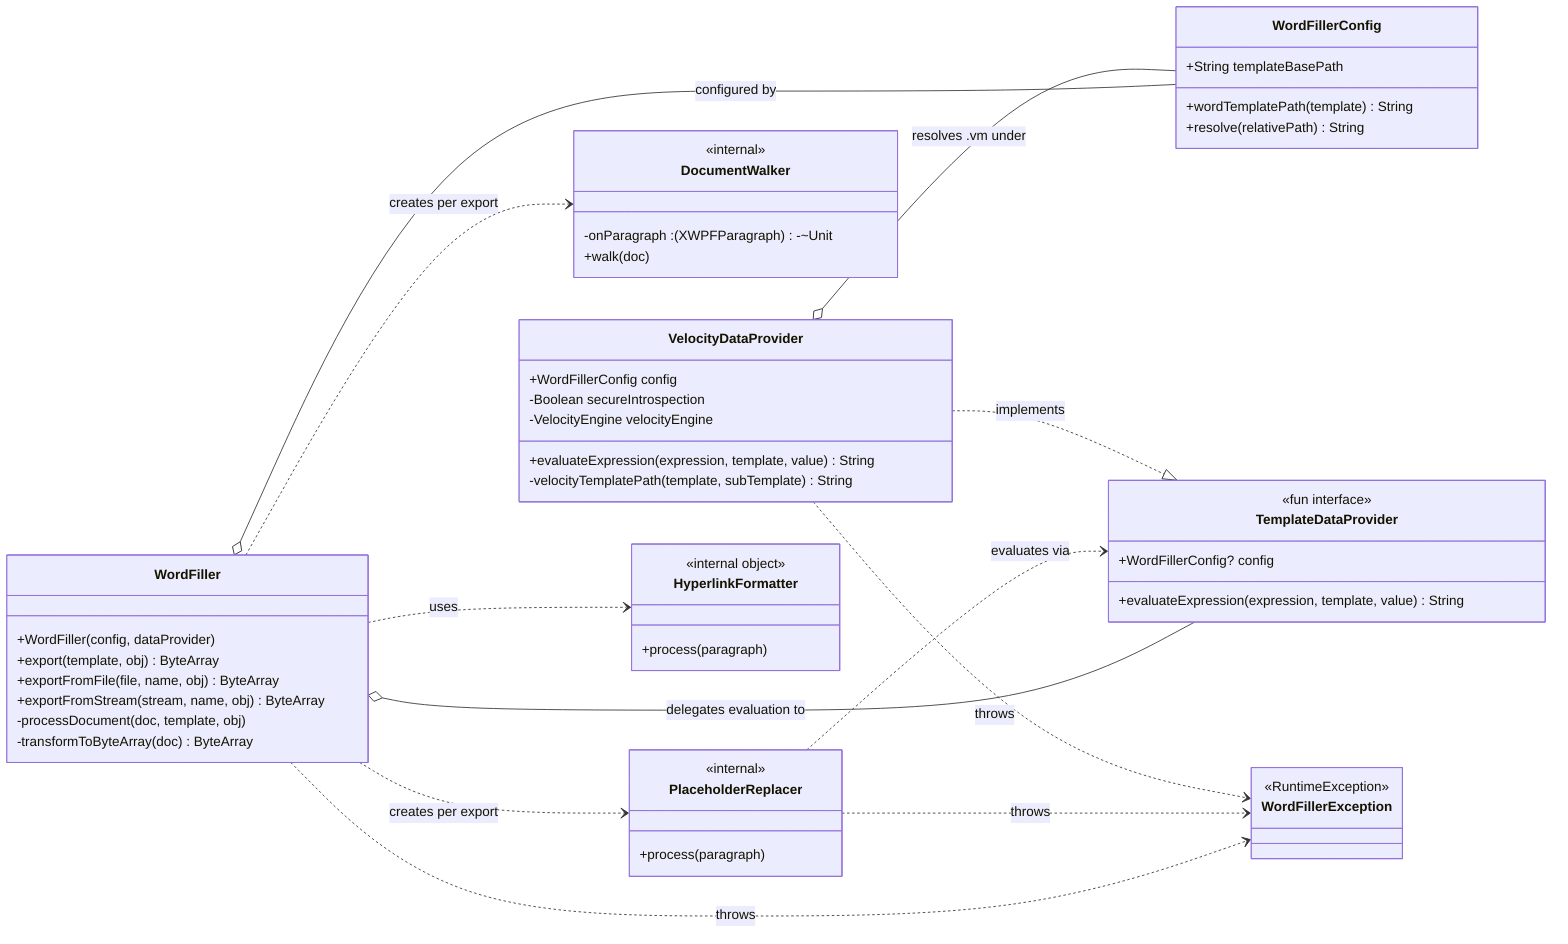
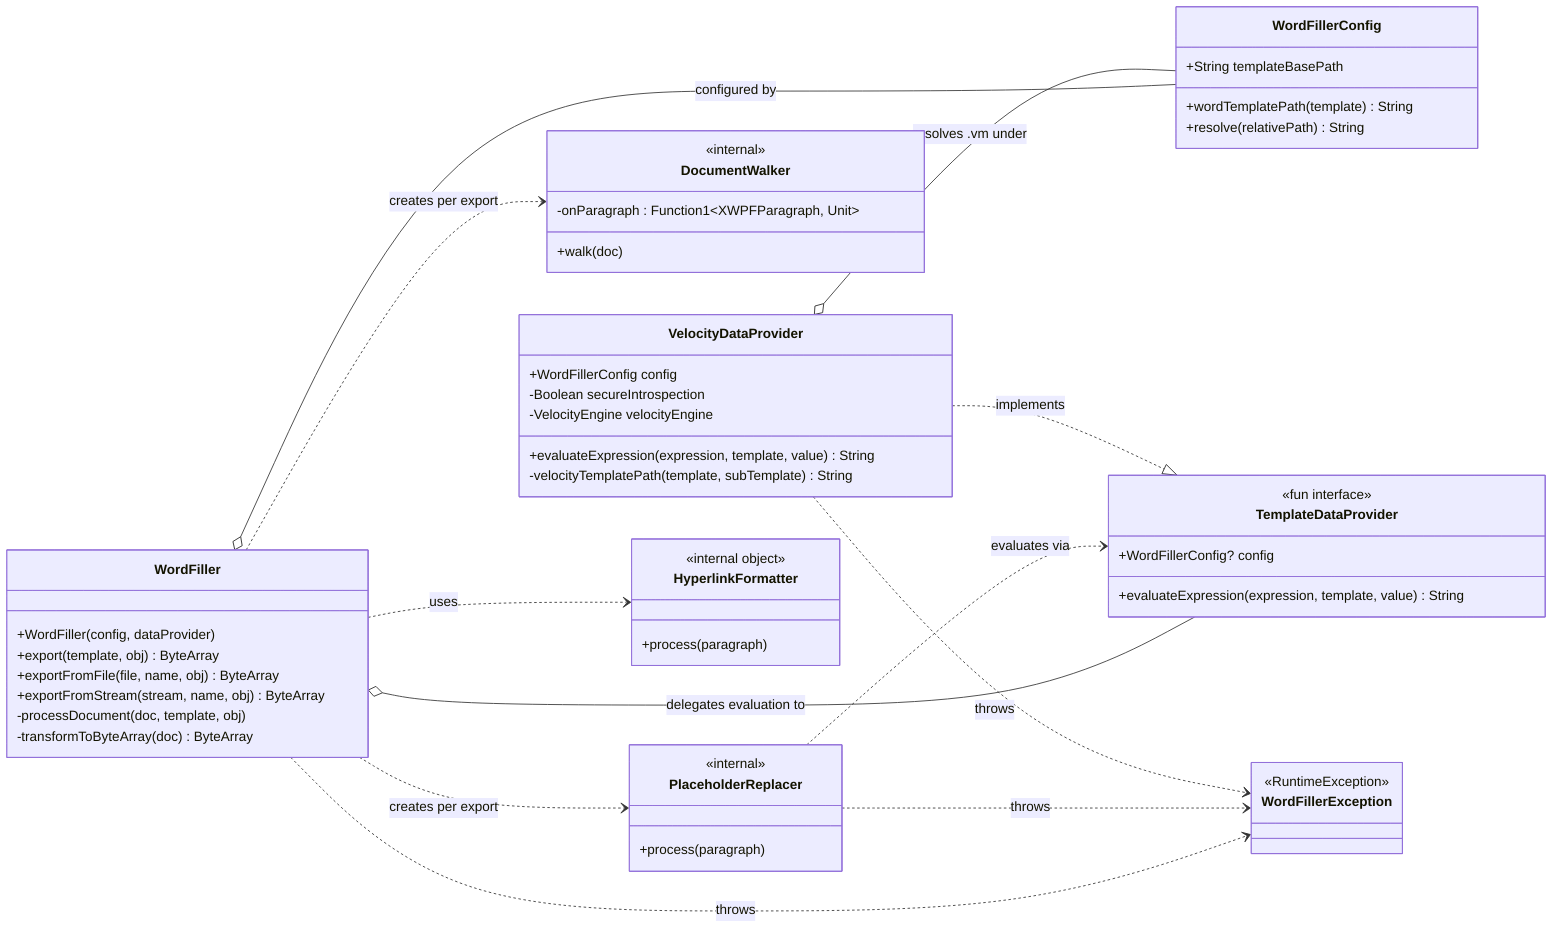
classDiagram
    direction LR

    class WordFiller {
        +WordFiller(config, dataProvider)
        +export(template, obj) ByteArray
        +exportFromFile(file, name, obj) ByteArray
        +exportFromStream(stream, name, obj) ByteArray
        -processDocument(doc, template, obj)
        -transformToByteArray(doc) ByteArray
    }

    class WordFillerConfig {
        +String templateBasePath
        +wordTemplatePath(template) String
        +resolve(relativePath) String
    }

    class TemplateDataProvider {
        <<fun interface>>
        +WordFillerConfig? config
        +evaluateExpression(expression, template, value) String
    }

    class VelocityDataProvider {
        +WordFillerConfig config
        -Boolean secureIntrospection
        -VelocityEngine velocityEngine
        +evaluateExpression(expression, template, value) String
        -velocityTemplatePath(template, subTemplate) String
    }

    class DocumentWalker {
        <<internal>>
-         -onParagraph : (XWPFParagraph)-~Unit
+         -onParagraph : Function1~XWPFParagraph, Unit~
        +walk(doc)
    }

    class PlaceholderReplacer {
        <<internal>>
        +process(paragraph)
    }

    class HyperlinkFormatter {
        <<internal object>>
        +process(paragraph)
    }

    class WordFillerException {
        <<RuntimeException>>
    }

    WordFiller o-- WordFillerConfig : configured by
    WordFiller o-- TemplateDataProvider : delegates evaluation to
    WordFiller ..> DocumentWalker : creates per export
    WordFiller ..> PlaceholderReplacer : creates per export
    WordFiller ..> HyperlinkFormatter : uses

    PlaceholderReplacer ..> TemplateDataProvider : evaluates via
    VelocityDataProvider ..|> TemplateDataProvider : implements
    VelocityDataProvider o-- WordFillerConfig : resolves .vm under

    WordFiller ..> WordFillerException : throws
    PlaceholderReplacer ..> WordFillerException : throws
    VelocityDataProvider ..> WordFillerException : throws
